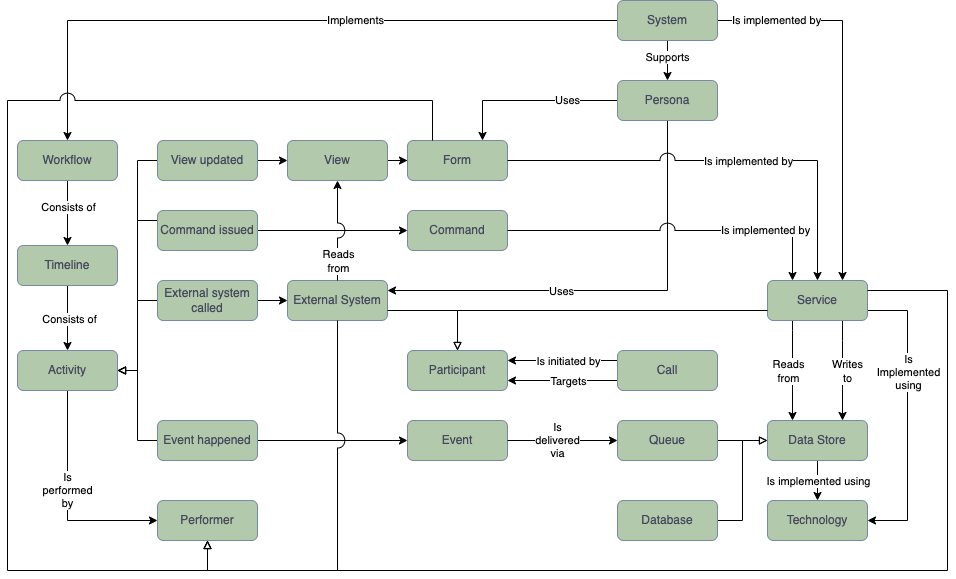
The draw.io diagram model/model.png in RaySinnema/architecture-diagrams, before a commit. Source tidied: cells renumbered, new cells last; positions are measured from the earlier drawing's top-left corner, leaving out a move shared by most shapes.
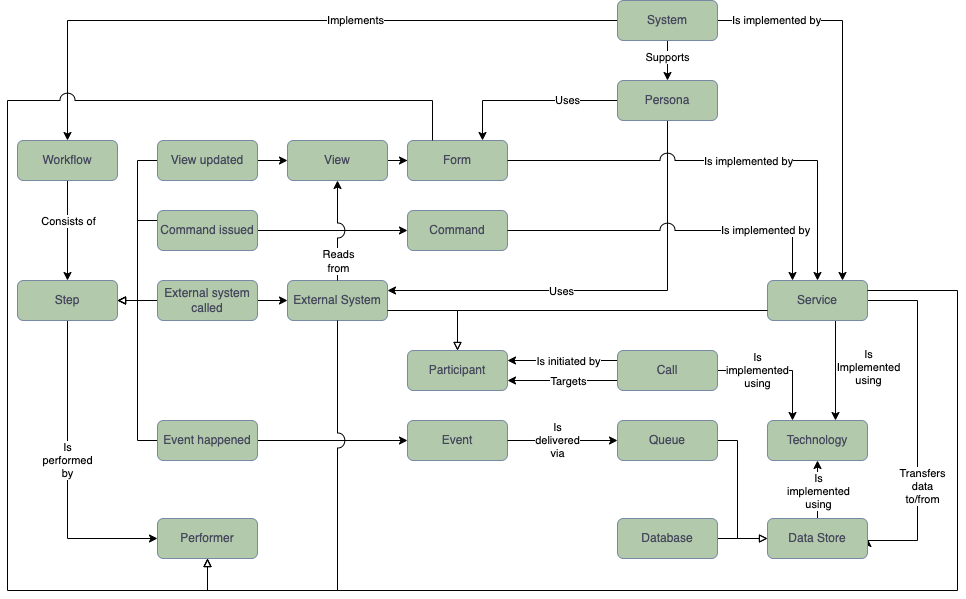
Above is the later version.

Commit message:
Start specification of the YAML representation of the model

Diff of the diagram source:
```diff
@@ -35,69 +35,57 @@
     <mxCell id="9" value="System" style="whiteSpace=wrap;html=1;align=center;fillColor=#B2C9AB;strokeColor=#788AA3;fontColor=#46495D;rounded=1;" parent="1" vertex="1">
       <mxGeometry x="610" width="100" height="40" as="geometry" />
     </mxCell>
-    <mxCell id="10" style="edgeStyle=orthogonalEdgeStyle;rounded=0;jettySize=auto;html=1;exitX=0.75;exitY=1;exitDx=0;exitDy=0;endArrow=classic;endFill=1;entryX=0.75;entryY=0;entryDx=0;entryDy=0;" parent="1" edge="1" source="16" target="60">
+    <mxCell id="10" style="edgeStyle=orthogonalEdgeStyle;rounded=0;jettySize=auto;html=1;exitX=1;exitY=0.5;exitDx=0;exitDy=0;endArrow=classic;endFill=1;entryX=1;entryY=0.5;entryDx=0;entryDy=0;" parent="1" edge="1" source="16" target="60">
       <mxGeometry relative="1" as="geometry">
         <Array as="points">
-          <mxPoint x="835" y="340" />
-          <mxPoint x="835" y="340" />
+          <mxPoint x="910" y="300" />
+          <mxPoint x="910" y="540" />
+          <mxPoint x="860" y="540" />
         </Array>
       </mxGeometry>
     </mxCell>
-    <mxCell id="11" value="Writes&lt;br&gt;to" style="edgeLabel;html=1;align=center;verticalAlign=middle;" parent="10" vertex="1">
+    <mxCell id="11" value="Transfers&lt;br&gt;data&lt;br&gt;to/from" style="edgeLabel;html=1;align=center;verticalAlign=middle;" parent="10" vertex="1">
       <mxGeometry x="0.53" y="1" relative="1" as="geometry">
         <mxPoint x="3" y="-27" as="offset" />
       </mxGeometry>
     </mxCell>
-    <mxCell id="12" style="edgeStyle=orthogonalEdgeStyle;rounded=0;jettySize=auto;html=1;exitX=0.25;exitY=1;exitDx=0;exitDy=0;entryX=0.25;entryY=0;entryDx=0;entryDy=0;endArrow=classic;endFill=1;" parent="1" edge="1" source="16" target="60">
-      <mxGeometry relative="1" as="geometry">
-        <Array as="points">
-          <mxPoint x="785" y="330" />
-          <mxPoint x="785" y="330" />
-        </Array>
-      </mxGeometry>
-    </mxCell>
-    <mxCell id="13" value="Reads&lt;br&gt;from" style="edgeLabel;html=1;align=center;verticalAlign=middle;" parent="12" vertex="1">
-      <mxGeometry x="0.6" y="-1" relative="1" as="geometry">
-        <mxPoint x="-4" y="-30" as="offset" />
-      </mxGeometry>
-    </mxCell>
-    <mxCell id="14" style="edgeStyle=orthogonalEdgeStyle;rounded=0;jettySize=auto;html=1;exitX=1;exitY=0.75;exitDx=0;exitDy=0;entryX=1;entryY=0.5;entryDx=0;entryDy=0;endArrow=classic;endFill=1;" parent="1" edge="1" source="16" target="37">
-      <mxGeometry relative="1" as="geometry">
-        <Array as="points">
-          <mxPoint x="900" y="310" />
-          <mxPoint x="900" y="520" />
-        </Array>
-      </mxGeometry>
+    <mxCell id="14" style="edgeStyle=orthogonalEdgeStyle;rounded=0;jettySize=auto;html=1;exitX=0.68;exitY=0.988;exitDx=0;exitDy=0;entryX=0.68;entryY=0;entryDx=0;entryDy=0;endArrow=classic;endFill=1;exitPerimeter=0;entryPerimeter=0;" parent="1" edge="1" source="16" target="37">
+      <mxGeometry relative="1" as="geometry" />
     </mxCell>
     <mxCell id="15" value="Is&lt;br&gt;Implemented&lt;br&gt;using" style="edgeLabel;html=1;align=center;verticalAlign=middle;" parent="14" vertex="1">
       <mxGeometry x="-0.16" y="2" relative="1" as="geometry">
-        <mxPoint x="-2" y="-20" as="offset" />
+        <mxPoint x="30" y="5" as="offset" />
       </mxGeometry>
     </mxCell>
     <mxCell id="16" value="Service" style="whiteSpace=wrap;html=1;align=center;fillColor=#B2C9AB;strokeColor=#788AA3;fontColor=#46495D;rounded=1;" parent="1" vertex="1">
       <mxGeometry x="760" y="280" width="100" height="40" as="geometry" />
     </mxCell>
-    <mxCell id="17" style="edgeStyle=orthogonalEdgeStyle;rounded=0;jumpStyle=arc;jumpSize=15;jettySize=auto;html=1;exitX=1;exitY=0.5;exitDx=0;exitDy=0;entryX=0;entryY=0.5;entryDx=0;entryDy=0;endArrow=block;endFill=0;" parent="1" edge="1" source="18" target="60">
-      <mxGeometry relative="1" as="geometry" />
+    <mxCell id="17" style="edgeStyle=orthogonalEdgeStyle;rounded=0;jumpStyle=arc;jumpSize=15;jettySize=auto;html=1;exitX=1;exitY=0.5;exitDx=0;exitDy=0;endArrow=block;endFill=0;entryX=0;entryY=0.5;entryDx=0;entryDy=0;" parent="1" edge="1" source="18" target="60">
+      <mxGeometry relative="1" as="geometry">
+        <Array as="points">
+          <mxPoint x="730" y="440" />
+          <mxPoint x="730" y="538" />
+        </Array>
+      </mxGeometry>
     </mxCell>
     <mxCell id="18" value="Queue" style="whiteSpace=wrap;html=1;align=center;fillColor=#B2C9AB;strokeColor=#788AA3;fontColor=#46495D;rounded=1;" parent="1" vertex="1">
       <mxGeometry x="610" y="420" width="100" height="40" as="geometry" />
     </mxCell>
-    <mxCell id="19" style="edgeStyle=orthogonalEdgeStyle;rounded=0;jumpStyle=arc;jumpSize=15;jettySize=auto;html=1;exitX=0.5;exitY=1;exitDx=0;exitDy=0;entryX=0.5;entryY=0;entryDx=0;entryDy=0;endArrow=classic;endFill=1;" parent="1" edge="1" source="60" target="37">
+    <mxCell id="19" style="edgeStyle=orthogonalEdgeStyle;rounded=0;jumpStyle=arc;jumpSize=15;jettySize=auto;html=1;exitX=0.5;exitY=0;exitDx=0;exitDy=0;entryX=0.5;entryY=1;entryDx=0;entryDy=0;endArrow=classic;endFill=1;" parent="1" edge="1" source="60" target="37">
       <mxGeometry relative="1" as="geometry" />
     </mxCell>
-    <mxCell id="20" value="Is implemented using" style="edgeLabel;html=1;align=center;verticalAlign=middle;" parent="19" vertex="1">
+    <mxCell id="20" value="Is&lt;br&gt;implemented&lt;br&gt;using" style="edgeLabel;html=1;align=center;verticalAlign=middle;" parent="19" vertex="1">
       <mxGeometry x="0.26" relative="1" as="geometry">
-        <mxPoint y="-5" as="offset" />
+        <mxPoint y="9" as="offset" />
       </mxGeometry>
     </mxCell>
     <mxCell id="21" style="edgeStyle=orthogonalEdgeStyle;rounded=0;jumpStyle=arc;jumpSize=15;jettySize=auto;html=1;exitX=1;exitY=0.5;exitDx=0;exitDy=0;entryX=0;entryY=0.5;entryDx=0;entryDy=0;endArrow=block;endFill=0;" parent="1" edge="1" source="22" target="60">
       <mxGeometry relative="1" as="geometry" />
     </mxCell>
     <mxCell id="22" value="Database" style="whiteSpace=wrap;html=1;align=center;fillColor=#B2C9AB;strokeColor=#788AA3;fontColor=#46495D;rounded=1;" parent="1" vertex="1">
-      <mxGeometry x="610" y="500" width="100" height="40" as="geometry" />
+      <mxGeometry x="610" y="518" width="100" height="40" as="geometry" />
     </mxCell>
-    <mxCell id="23" style="edgeStyle=orthogonalEdgeStyle;rounded=0;jettySize=auto;html=1;exitX=0.5;exitY=1;exitDx=0;exitDy=0;" parent="1" edge="1" source="25" target="28">
+    <mxCell id="23" style="edgeStyle=orthogonalEdgeStyle;rounded=0;jettySize=auto;html=1;exitX=0.5;exitY=1;exitDx=0;exitDy=0;entryX=0.5;entryY=0;entryDx=0;entryDy=0;" parent="1" edge="1" source="25" target="30">
       <mxGeometry relative="1" as="geometry" />
     </mxCell>
     <mxCell id="24" value="Consists of" style="edgeLabel;html=1;align=center;verticalAlign=middle;" parent="23" vertex="1">
@@ -106,20 +94,11 @@
     <mxCell id="25" value="Workflow" style="whiteSpace=wrap;html=1;align=center;fillColor=#B2C9AB;strokeColor=#788AA3;fontColor=#46495D;rounded=1;" parent="1" vertex="1">
       <mxGeometry x="10" y="140" width="100" height="40" as="geometry" />
     </mxCell>
-    <mxCell id="26" style="edgeStyle=orthogonalEdgeStyle;rounded=0;jettySize=auto;html=1;exitX=0.5;exitY=1;exitDx=0;exitDy=0;entryX=0.5;entryY=0;entryDx=0;entryDy=0;" parent="1" edge="1" source="28" target="30">
-      <mxGeometry relative="1" as="geometry" />
-    </mxCell>
-    <mxCell id="27" value="Consists of" style="edgeLabel;html=1;align=center;verticalAlign=middle;" parent="26" vertex="1">
-      <mxGeometry y="1" relative="1" as="geometry" />
-    </mxCell>
-    <mxCell id="28" value="Timeline" style="whiteSpace=wrap;html=1;align=center;fillColor=#B2C9AB;strokeColor=#788AA3;fontColor=#46495D;rounded=1;" parent="1" vertex="1">
-      <mxGeometry x="10" y="245" width="100" height="40" as="geometry" />
-    </mxCell>
     <mxCell id="29" value="Is&lt;br&gt;performed&lt;br&gt;by" style="edgeStyle=orthogonalEdgeStyle;rounded=0;jettySize=auto;html=1;exitX=0.5;exitY=1;exitDx=0;exitDy=0;entryX=0;entryY=0.5;entryDx=0;entryDy=0;" parent="1" edge="1" source="30" target="50">
       <mxGeometry x="-0.09" relative="1" as="geometry" />
     </mxCell>
-    <mxCell id="30" value="Activity" style="whiteSpace=wrap;html=1;align=center;fillColor=#B2C9AB;strokeColor=#788AA3;fontColor=#46495D;rounded=1;" parent="1" vertex="1">
-      <mxGeometry x="10" y="350" width="100" height="40" as="geometry" />
+    <mxCell id="30" value="Step" style="whiteSpace=wrap;html=1;align=center;fillColor=#B2C9AB;strokeColor=#788AA3;fontColor=#46495D;rounded=1;" parent="1" vertex="1">
+      <mxGeometry x="10" y="280" width="100" height="40" as="geometry" />
     </mxCell>
     <mxCell id="31" style="edgeStyle=orthogonalEdgeStyle;rounded=0;jettySize=auto;html=1;exitX=0.5;exitY=1;exitDx=0;exitDy=0;entryX=1;entryY=0.25;entryDx=0;entryDy=0;endArrow=classic;endFill=1;" parent="1" edge="1" source="34" target="35">
       <mxGeometry relative="1" as="geometry">
@@ -146,7 +125,7 @@
       <mxGeometry x="400" y="420" width="100" height="40" as="geometry" />
     </mxCell>
     <mxCell id="37" value="Technology" style="whiteSpace=wrap;html=1;align=center;fillColor=#B2C9AB;strokeColor=#788AA3;fontColor=#46495D;rounded=1;" parent="1" vertex="1">
-      <mxGeometry x="760" y="500" width="100" height="40" as="geometry" />
+      <mxGeometry x="760" y="420" width="100" height="40" as="geometry" />
     </mxCell>
     <mxCell id="38" style="edgeStyle=orthogonalEdgeStyle;rounded=0;jettySize=auto;html=1;exitX=0;exitY=0.5;exitDx=0;exitDy=0;entryX=1;entryY=0.5;entryDx=0;entryDy=0;endArrow=block;endFill=0;" parent="1" edge="1" source="40" target="30">
       <mxGeometry relative="1" as="geometry" />
@@ -166,12 +145,12 @@
     <mxCell id="43" value="View updated" style="whiteSpace=wrap;html=1;align=center;fillColor=#B2C9AB;strokeColor=#788AA3;fontColor=#46495D;rounded=1;" parent="1" vertex="1">
       <mxGeometry x="150" y="140" width="100" height="40" as="geometry" />
     </mxCell>
-    <mxCell id="44" style="edgeStyle=orthogonalEdgeStyle;rounded=0;jettySize=auto;html=1;exitX=0;exitY=0.5;exitDx=0;exitDy=0;endArrow=block;endFill=0;" parent="1" edge="1" source="46">
+    <mxCell id="44" style="edgeStyle=orthogonalEdgeStyle;rounded=0;jettySize=auto;html=1;exitX=0;exitY=0.5;exitDx=0;exitDy=0;endArrow=block;endFill=0;entryX=1;entryY=0.5;entryDx=0;entryDy=0;" parent="1" edge="1" source="46" target="30">
       <mxGeometry relative="1" as="geometry">
-        <mxPoint x="110" y="370" as="targetPoint" />
         <Array as="points">
+          <mxPoint x="150" y="220" />
           <mxPoint x="130" y="220" />
-          <mxPoint x="130" y="370" />
+          <mxPoint x="130" y="300" />
         </Array>
       </mxGeometry>
     </mxCell>
@@ -191,7 +170,7 @@
       <mxGeometry x="150" y="280" width="100" height="40" as="geometry" />
     </mxCell>
     <mxCell id="50" value="Performer" style="whiteSpace=wrap;html=1;align=center;fillColor=#B2C9AB;strokeColor=#788AA3;fontColor=#46495D;rounded=1;" parent="1" vertex="1">
-      <mxGeometry x="150" y="500" width="100" height="40" as="geometry" />
+      <mxGeometry x="150" y="518" width="100" height="40" as="geometry" />
     </mxCell>
     <mxCell id="51" style="edgeStyle=orthogonalEdgeStyle;rounded=0;jumpStyle=arc;jumpSize=15;jettySize=auto;html=1;exitX=0;exitY=0.25;exitDx=0;exitDy=0;entryX=1;entryY=0.25;entryDx=0;entryDy=0;endArrow=classic;endFill=1;" parent="1" edge="1" source="55" target="56">
       <mxGeometry relative="1" as="geometry" />
@@ -209,6 +188,9 @@
         <mxPoint x="8" y="-2" as="offset" />
       </mxGeometry>
     </mxCell>
+    <mxCell id="69" value="Is&lt;br&gt;implemented&lt;br&gt;using" style="edgeStyle=orthogonalEdgeStyle;rounded=0;jettySize=auto;html=1;exitX=1;exitY=0.5;exitDx=0;exitDy=0;entryX=0.25;entryY=0;entryDx=0;entryDy=0;" parent="1" edge="1" source="55" target="37">
+      <mxGeometry x="-0.36" relative="1" as="geometry" />
+    </mxCell>
     <mxCell id="55" value="Call" style="whiteSpace=wrap;html=1;align=center;fillColor=#B2C9AB;strokeColor=#788AA3;fontColor=#46495D;rounded=1;" parent="1" vertex="1">
       <mxGeometry x="610" y="350" width="100" height="40" as="geometry" />
     </mxCell>
@@ -225,9 +207,9 @@
     <mxCell id="58" style="edgeStyle=orthogonalEdgeStyle;rounded=0;jettySize=auto;html=1;exitX=1;exitY=0.25;exitDx=0;exitDy=0;endArrow=block;endFill=0;jumpStyle=arc;jumpSize=15;entryX=0.5;entryY=1;entryDx=0;entryDy=0;" parent="1" edge="1" source="16" target="50">
       <mxGeometry relative="1" as="geometry">
         <Array as="points">
-          <mxPoint x="940" y="290" />
-          <mxPoint x="940" y="570" />
-          <mxPoint x="200" y="570" />
+          <mxPoint x="950" y="290" />
+          <mxPoint x="950" y="590" />
+          <mxPoint x="200" y="590" />
         </Array>
       </mxGeometry>
     </mxCell>
@@ -236,13 +218,13 @@
         <Array as="points">
           <mxPoint x="425" y="100" />
           <mxPoint y="100" />
-          <mxPoint y="570" />
-          <mxPoint x="200" y="570" />
+          <mxPoint y="590" />
+          <mxPoint x="200" y="590" />
         </Array>
       </mxGeometry>
     </mxCell>
     <mxCell id="60" value="Data Store" style="whiteSpace=wrap;html=1;align=center;fillColor=#B2C9AB;strokeColor=#788AA3;fontColor=#46495D;rounded=1;" parent="1" vertex="1">
-      <mxGeometry x="760" y="420" width="100" height="40" as="geometry" />
+      <mxGeometry x="760" y="518" width="100" height="40" as="geometry" />
     </mxCell>
     <mxCell id="61" value="Is&lt;br&gt;delivered&lt;br&gt;via" style="edgeStyle=orthogonalEdgeStyle;rounded=0;jumpStyle=arc;jumpSize=15;jettySize=auto;html=1;exitX=1;exitY=0.5;exitDx=0;exitDy=0;entryX=0;entryY=0.5;entryDx=0;entryDy=0;endArrow=classic;endFill=1;" parent="1" edge="1" source="36" target="18">
       <mxGeometry x="-0.09" relative="1" as="geometry">
@@ -252,12 +234,11 @@
         </Array>
       </mxGeometry>
     </mxCell>
-    <mxCell id="62" style="edgeStyle=orthogonalEdgeStyle;rounded=0;jettySize=auto;html=1;exitX=0.5;exitY=1;exitDx=0;exitDy=0;endArrow=block;endFill=0;jumpStyle=arc;jumpSize=15;" parent="1" edge="1" source="35">
+    <mxCell id="62" style="edgeStyle=orthogonalEdgeStyle;rounded=0;jettySize=auto;html=1;exitX=0.5;exitY=1;exitDx=0;exitDy=0;endArrow=block;endFill=0;jumpStyle=arc;jumpSize=15;entryX=0.5;entryY=1;entryDx=0;entryDy=0;" parent="1" edge="1" source="35" target="50">
       <mxGeometry relative="1" as="geometry">
-        <mxPoint x="200" y="540" as="targetPoint" />
         <Array as="points">
-          <mxPoint x="330" y="570" />
-          <mxPoint x="200" y="570" />
+          <mxPoint x="330" y="590" />
+          <mxPoint x="200" y="590" />
         </Array>
       </mxGeometry>
     </mxCell>
```
